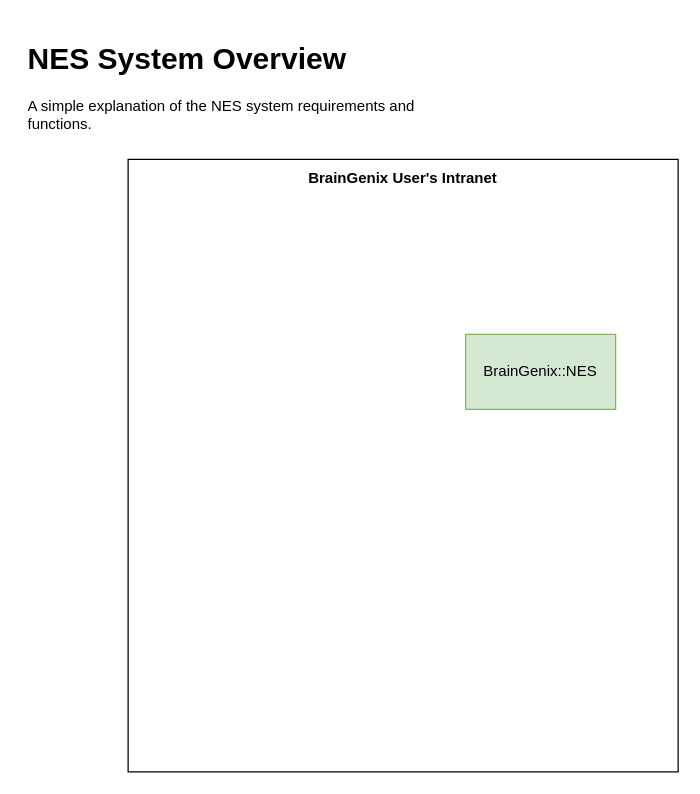
This is page "System Overview" (1 of 2) of Docs/BrainGenix-NES.drawio from carboncopies/BrainGenix-NES, a draw.io file, before an edit. Source tidied: cells renumbered, new cells numbered last; positions are measured from the earlier drawing's top-left corner, leaving out a move shared by most shapes. Both pictures are drawn from the tidied source at 125%, with x=0, y=0 at pixel (21, 34).
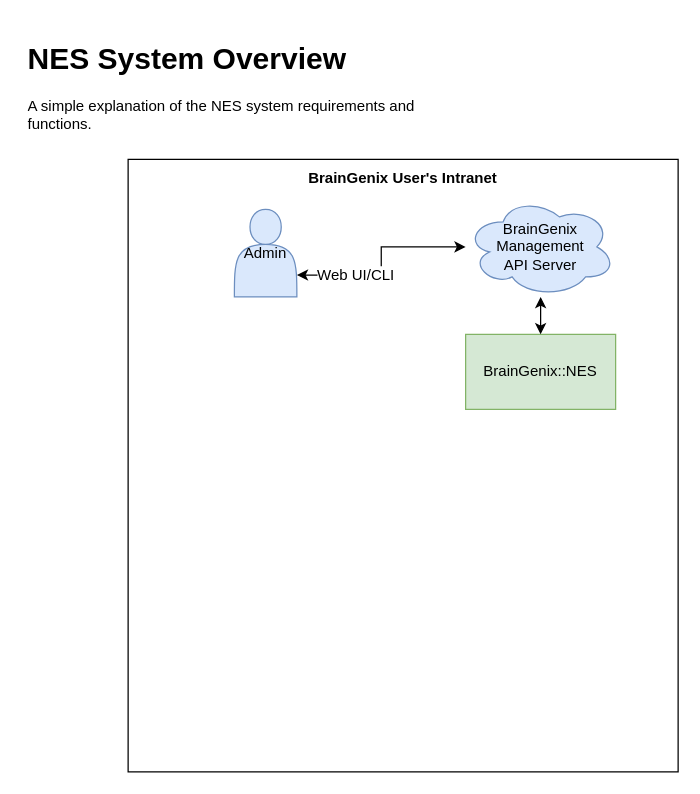
The same page after the edit.

Commit message:
Add API To Overview

The edit, as a diff of the source:
```diff
@@
 <mxGraphModel>
   <root>
     <mxCell id="0" />
     <mxCell id="1" parent="0" />
     <mxCell id="2" value="&lt;h1&gt;NES System Overview&lt;br&gt;&lt;/h1&gt;&lt;div&gt;A simple explanation of the NES system requirements and functions.&lt;br&gt;&lt;/div&gt;&lt;div&gt;&lt;br&gt;&lt;/div&gt;&lt;div&gt;&lt;br&gt;&lt;/div&gt;&lt;p&gt;&lt;br&gt;&lt;/p&gt;" style="text;html=1;strokeColor=none;fillColor=none;spacing=5;spacingTop=-20;whiteSpace=wrap;overflow=hidden;rounded=0;" parent="1" vertex="1">
       <mxGeometry width="370" height="150" as="geometry" />
     </mxCell>
     <mxCell id="3" style="rounded=0;whiteSpace=wrap;html=1;fontSize=12;glass=0;sketch=0;shadow=0;" parent="1" vertex="1">
       <mxGeometry x="85" y="100" width="440" height="490" as="geometry" />
     </mxCell>
     <mxCell id="4" value="&lt;div&gt;&lt;b&gt;BrainGenix User's Intranet&lt;/b&gt;&lt;/div&gt;" style="text;html=1;strokeColor=none;fillColor=none;align=center;verticalAlign=middle;whiteSpace=wrap;rounded=0;fontSize=12;" parent="1" vertex="1">
       <mxGeometry x="85" y="100" width="440" height="30" as="geometry" />
     </mxCell>
     <mxCell id="5" value="BrainGenix::NES" style="rounded=0;whiteSpace=wrap;html=1;fontSize=12;fillColor=#d5e8d4;strokeColor=#82b366;" parent="1" vertex="1">
       <mxGeometry x="355" y="240" width="120" height="60" as="geometry" />
     </mxCell>
+    <mxCell id="6" value="Admin" style="shape=actor;whiteSpace=wrap;html=1;fontSize=12;fillColor=#dae8fc;strokeColor=#6c8ebf;" parent="1" vertex="1">
+      <mxGeometry x="170" y="140" width="50" height="70" as="geometry" />
+    </mxCell>
+    <mxCell id="7" style="edgeStyle=orthogonalEdgeStyle;rounded=0;jettySize=auto;html=1;entryX=1;entryY=0.75;entryDx=0;entryDy=0;fontSize=12;startArrow=classic;startFill=1;" parent="1" edge="1" source="10" target="6">
+      <mxGeometry relative="1" as="geometry" />
+    </mxCell>
+    <mxCell id="8" value="Web UI/CLI" style="edgeLabel;html=1;align=center;verticalAlign=middle;fontSize=12;" parent="7" vertex="1">
+      <mxGeometry x="0.41" relative="1" as="geometry" />
+    </mxCell>
+    <mxCell id="9" style="edgeStyle=orthogonalEdgeStyle;rounded=0;jettySize=auto;html=1;startArrow=classic;startFill=1;" parent="1" edge="1" source="10" target="5">
+      <mxGeometry relative="1" as="geometry" />
+    </mxCell>
+    <mxCell id="10" value="&lt;div&gt;BrainGenix&lt;/div&gt;&lt;div&gt;Management &lt;br&gt;&lt;/div&gt;&lt;div&gt;API Server&lt;br&gt;&lt;/div&gt;" style="ellipse;shape=cloud;whiteSpace=wrap;html=1;fontSize=12;fillColor=#dae8fc;strokeColor=#6c8ebf;" parent="1" vertex="1">
+      <mxGeometry x="355" y="130" width="120" height="80" as="geometry" />
+    </mxCell>
   </root>
 </mxGraphModel>
```
